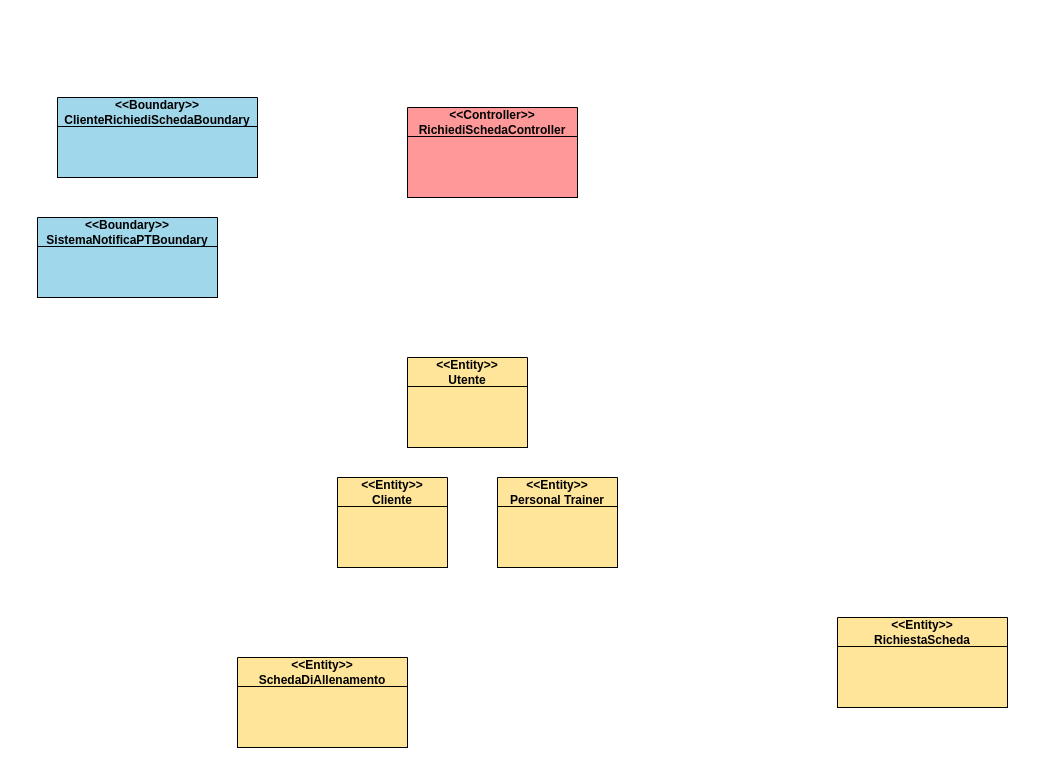
FedericoSib/FitPlan keeps this draw.io diagram as Diagramma senza titolo.drawio. Above is the earlier version. Source tidied: cells renumbered, new cells numbered last; positions are measured from the earlier drawing's top-left corner, leaving out a move shared by most shapes. Both pictures are drawn from the tidied source at 100%, with x=0, y=0 at pixel (37, 97).
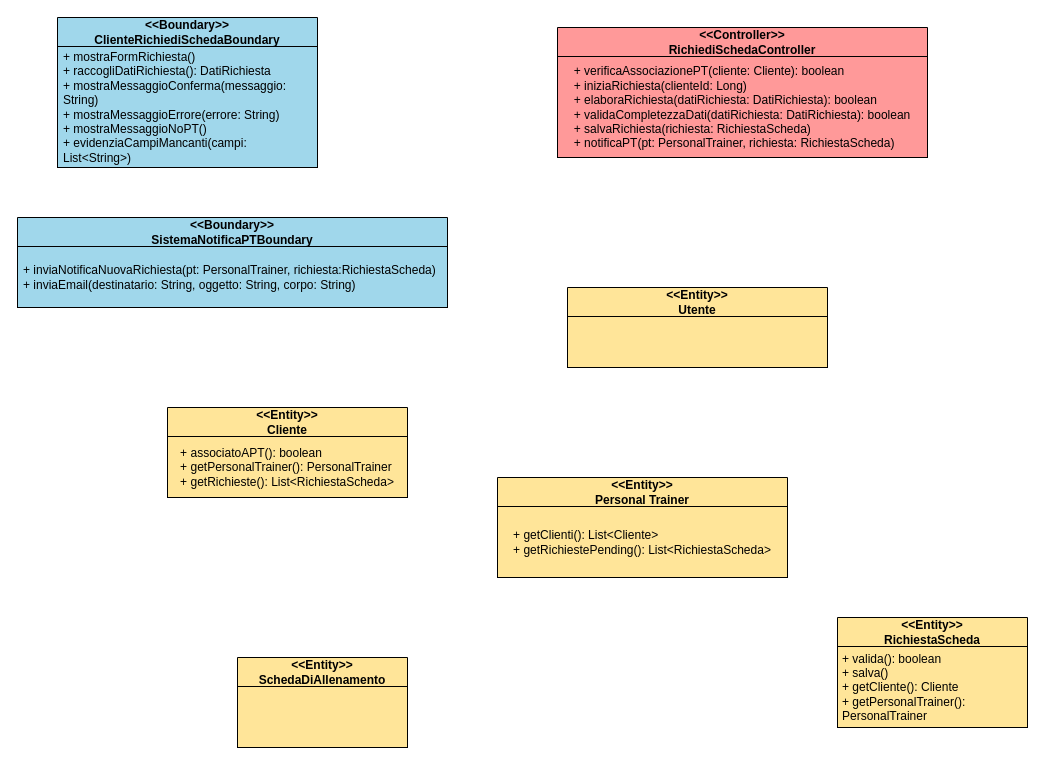
The same diagram, later.

Change to the diagram source:
```diff
@@
 <mxGraphModel>
   <root>
     <mxCell id="0" />
     <mxCell id="1" parent="0" />
     <mxCell id="2" value="&lt;div&gt;&amp;lt;&amp;lt;Boundary&amp;gt;&amp;gt;&lt;/div&gt;&lt;div&gt;ClienteRichiediSchedaBoundary&lt;/div&gt;" style="swimlane;fontStyle=1;align=center;verticalAlign=middle;horizontal=1;startSize=29;html=1;whiteSpace=wrap;swimlaneFillColor=light-dark(#ffffff, #ededed);fillColor=#A0D7EB;" parent="1" vertex="1">
-      <mxGeometry x="20" width="200" height="80" as="geometry" />
+      <mxGeometry x="20" y="-80" width="260" height="150" as="geometry" />
     </mxCell>
-    <mxCell id="3" style="text;html=1;strokeColor=default;fillColor=#A0D7EB;align=center;verticalAlign=middle;spacingLeft=4;spacingRight=4;overflow=hidden;whiteSpace=wrap;" parent="2" vertex="1">
-      <mxGeometry y="29" width="200" height="51" as="geometry" />
+    <mxCell id="3" value="&lt;div align=&quot;left&quot;&gt;&lt;span&gt;&lt;span&gt;  + mostraFormRichiesta()&lt;/span&gt;&lt;/span&gt;&lt;br&gt;&lt;span&gt;&lt;span&gt;&lt;/span&gt;&lt;/span&gt;&lt;span&gt;     + raccogliDatiRichiesta(): DatiRichiesta&lt;/span&gt;&lt;br&gt;&lt;span&gt;&lt;/span&gt;&lt;span&gt;     + mostraMessaggioConferma(messaggio: String)&lt;/span&gt;&lt;br&gt;&lt;span&gt;&lt;/span&gt;&lt;span&gt;     + mostraMessaggioErrore(errore: String)&lt;/span&gt;&lt;br&gt;&lt;span&gt;&lt;/span&gt;&lt;span&gt;     + mostraMessaggioNoPT()&lt;/span&gt;&lt;br&gt;&lt;span&gt;&lt;/span&gt;&lt;span&gt;     + evidenziaCampiMancanti(campi: List&amp;lt;String&amp;gt;)&lt;/span&gt;&lt;/div&gt;" style="text;html=1;strokeColor=default;fillColor=#A0D7EB;align=left;verticalAlign=middle;spacingLeft=4;spacingRight=4;overflow=hidden;whiteSpace=wrap;" parent="2" vertex="1">
+      <mxGeometry y="29" width="260" height="121" as="geometry" />
     </mxCell>
     <mxCell id="4" value="&lt;div&gt;&amp;lt;&amp;lt;Controller&amp;gt;&amp;gt;&lt;/div&gt;&lt;div&gt;RichiediSchedaController&lt;/div&gt;" style="swimlane;fontStyle=1;align=center;verticalAlign=middle;horizontal=1;startSize=29;html=1;whiteSpace=wrap;swimlaneFillColor=default;fillColor=#FF9999;" parent="1" vertex="1">
-      <mxGeometry x="370" y="10" width="170" height="90" as="geometry" />
+      <mxGeometry x="520" y="-70" width="370" height="130" as="geometry" />
     </mxCell>
-    <mxCell id="5" style="text;html=1;strokeColor=default;fillColor=#FF9999;align=center;verticalAlign=middle;spacingLeft=4;spacingRight=4;overflow=hidden;whiteSpace=wrap;" parent="4" vertex="1">
-      <mxGeometry y="29" width="170" height="61" as="geometry" />
+    <mxCell id="5" value="&lt;div align=&quot;left&quot;&gt;+ verificaAssociazionePT(cliente: Cliente): boolean&lt;br&gt;+ iniziaRichiesta(clienteId: Long)&lt;br&gt;+ elaboraRichiesta(datiRichiesta: DatiRichiesta): boolean&lt;br&gt;+ validaCompletezzaDati(datiRichiesta: DatiRichiesta): boolean&lt;br&gt;+ salvaRichiesta(richiesta: RichiestaScheda)&lt;br&gt;+ notificaPT(pt: PersonalTrainer, richiesta: RichiestaScheda)&lt;/div&gt;" style="text;html=1;strokeColor=default;fillColor=#FF9999;align=center;verticalAlign=middle;spacingLeft=4;spacingRight=4;overflow=hidden;whiteSpace=wrap;" parent="4" vertex="1">
+      <mxGeometry y="29" width="370" height="101" as="geometry" />
     </mxCell>
     <mxCell id="6" value="&lt;div&gt;&amp;lt;&amp;lt;Boundary&amp;gt;&amp;gt;&lt;/div&gt;&lt;div&gt;SistemaNotificaPTBoundary&lt;/div&gt;" style="swimlane;fontStyle=1;align=center;verticalAlign=middle;horizontal=1;startSize=29;html=1;whiteSpace=wrap;swimlaneFillColor=light-dark(#ffffff, #ededed);fillColor=#A0D7EB;" parent="1" vertex="1">
-      <mxGeometry y="120" width="180" height="80" as="geometry" />
+      <mxGeometry x="-20" y="120" width="430" height="90" as="geometry" />
     </mxCell>
-    <mxCell id="7" style="text;html=1;strokeColor=default;fillColor=#A0D7EB;align=center;verticalAlign=middle;spacingLeft=4;spacingRight=4;overflow=hidden;whiteSpace=wrap;" parent="6" vertex="1">
-      <mxGeometry y="29" width="180" height="51" as="geometry" />
+    <mxCell id="7" value="&lt;div align=&quot;left&quot;&gt;+ inviaNotificaNuovaRichiesta(pt: PersonalTrainer, richiesta:RichiestaScheda)&lt;br&gt;+ inviaEmail(destinatario: String, oggetto: String, corpo: String)&lt;/div&gt;" style="text;html=1;strokeColor=default;fillColor=#A0D7EB;align=left;verticalAlign=middle;spacingLeft=4;spacingRight=4;overflow=hidden;whiteSpace=wrap;" parent="6" vertex="1">
+      <mxGeometry y="29" width="430" height="61" as="geometry" />
     </mxCell>
     <mxCell id="8" value="&lt;div&gt;&amp;lt;&amp;lt;Entity&amp;gt;&amp;gt;&lt;/div&gt;&lt;div&gt;Cliente&lt;/div&gt;" style="swimlane;fontStyle=1;align=center;verticalAlign=middle;horizontal=1;startSize=29;html=1;whiteSpace=wrap;swimlaneFillColor=default;fillColor=#FFE599;" parent="1" vertex="1">
-      <mxGeometry x="300" y="380" width="110" height="90" as="geometry" />
+      <mxGeometry x="130" y="310" width="240" height="90" as="geometry" />
     </mxCell>
-    <mxCell id="9" style="text;html=1;strokeColor=default;fillColor=#FFE599;align=center;verticalAlign=middle;spacingLeft=4;spacingRight=4;overflow=hidden;whiteSpace=wrap;" parent="8" vertex="1">
-      <mxGeometry y="29" width="110" height="61" as="geometry" />
+    <mxCell id="9" value="&lt;div align=&quot;left&quot;&gt;+ associatoAPT(): boolean&lt;/div&gt;&lt;div align=&quot;left&quot;&gt;+ getPersonalTrainer(): PersonalTrainer&lt;/div&gt;&lt;div align=&quot;left&quot;&gt;+ getRichieste(): List&amp;lt;RichiestaScheda&amp;gt;&lt;/div&gt;" style="text;html=1;strokeColor=default;fillColor=#FFE599;align=center;verticalAlign=middle;spacingLeft=4;spacingRight=4;overflow=hidden;whiteSpace=wrap;" parent="8" vertex="1">
+      <mxGeometry y="29" width="240" height="61" as="geometry" />
     </mxCell>
     <mxCell id="10" value="&lt;div&gt;&amp;lt;&amp;lt;Entity&amp;gt;&amp;gt;&lt;/div&gt;&lt;div&gt;Personal Trainer&lt;/div&gt;" style="swimlane;fontStyle=1;align=center;verticalAlign=middle;horizontal=1;startSize=29;html=1;whiteSpace=wrap;swimlaneFillColor=default;fillColor=#FFE599;" parent="1" vertex="1">
-      <mxGeometry x="460" y="380" width="120" height="90" as="geometry" />
+      <mxGeometry x="460" y="380" width="290" height="100" as="geometry" />
     </mxCell>
-    <mxCell id="11" style="text;html=1;strokeColor=default;fillColor=#FFE599;align=center;verticalAlign=middle;spacingLeft=4;spacingRight=4;overflow=hidden;whiteSpace=wrap;" parent="10" vertex="1">
-      <mxGeometry y="29" width="120" height="61" as="geometry" />
+    <mxCell id="11" value="&lt;div align=&quot;left&quot;&gt;+ getClienti(): List&amp;lt;Cliente&amp;gt;&lt;br&gt;+ getRichiestePending(): List&amp;lt;RichiestaScheda&amp;gt;&lt;/div&gt;" style="text;html=1;strokeColor=default;fillColor=#FFE599;align=center;verticalAlign=middle;spacingLeft=4;spacingRight=4;overflow=hidden;whiteSpace=wrap;" parent="10" vertex="1">
+      <mxGeometry y="29" width="290" height="71" as="geometry" />
     </mxCell>
     <mxCell id="12" value="&lt;div&gt;&amp;lt;&amp;lt;Entity&amp;gt;&amp;gt;&lt;/div&gt;Utente" style="swimlane;fontStyle=1;align=center;verticalAlign=middle;horizontal=1;startSize=29;html=1;whiteSpace=wrap;swimlaneFillColor=default;fillColor=#FFE599;" parent="1" vertex="1">
-      <mxGeometry x="370" y="260" width="120" height="90" as="geometry" />
+      <mxGeometry x="530" y="190" width="260" height="80" as="geometry" />
     </mxCell>
-    <mxCell id="13" style="text;html=1;strokeColor=default;fillColor=#FFE599;align=center;verticalAlign=middle;spacingLeft=4;spacingRight=4;overflow=hidden;whiteSpace=wrap;" parent="12" vertex="1">
-      <mxGeometry y="29" width="120" height="61" as="geometry" />
+    <mxCell id="13" style="text;html=1;strokeColor=default;fillColor=#FFE599;align=left;verticalAlign=middle;spacingLeft=4;spacingRight=4;overflow=hidden;whiteSpace=wrap;" parent="12" vertex="1">
+      <mxGeometry y="29" width="260" height="51" as="geometry" />
     </mxCell>
     <mxCell id="14" value="&lt;div&gt;&amp;lt;&amp;lt;Entity&amp;gt;&amp;gt;&lt;/div&gt;SchedaDiAllenamento" style="swimlane;fontStyle=1;align=center;verticalAlign=middle;horizontal=1;startSize=29;html=1;whiteSpace=wrap;swimlaneFillColor=default;fillColor=#FFE599;" parent="1" vertex="1">
       <mxGeometry x="200" y="560" width="170" height="90" as="geometry" />
     </mxCell>
     <mxCell id="15" style="text;html=1;strokeColor=default;fillColor=#FFE599;align=center;verticalAlign=middle;spacingLeft=4;spacingRight=4;overflow=hidden;whiteSpace=wrap;" parent="14" vertex="1">
       <mxGeometry y="29" width="170" height="61" as="geometry" />
     </mxCell>
     <mxCell id="16" value="&lt;div&gt;&amp;lt;&amp;lt;Entity&amp;gt;&amp;gt;&lt;/div&gt;RichiestaScheda" style="swimlane;fontStyle=1;align=center;verticalAlign=middle;horizontal=1;startSize=29;html=1;whiteSpace=wrap;swimlaneFillColor=default;fillColor=#FFE599;" parent="1" vertex="1">
-      <mxGeometry x="800" y="520" width="170" height="90" as="geometry" />
+      <mxGeometry x="800" y="520" width="190" height="110" as="geometry" />
     </mxCell>
-    <mxCell id="17" style="text;html=1;strokeColor=default;fillColor=#FFE599;align=center;verticalAlign=middle;spacingLeft=4;spacingRight=4;overflow=hidden;whiteSpace=wrap;" parent="16" vertex="1">
-      <mxGeometry y="29" width="170" height="61" as="geometry" />
+    <mxCell id="17" value="&lt;div align=&quot;left&quot;&gt;+ valida(): boolean&lt;br&gt;+ salva()&lt;br&gt;+ getCliente(): Cliente&lt;br&gt;+ getPersonalTrainer(): PersonalTrainer&lt;/div&gt;" style="text;html=1;strokeColor=default;fillColor=#FFE599;align=center;verticalAlign=middle;spacingLeft=4;spacingRight=4;overflow=hidden;whiteSpace=wrap;" parent="16" vertex="1">
+      <mxGeometry y="29" width="190" height="81" as="geometry" />
     </mxCell>
   </root>
 </mxGraphModel>
```
